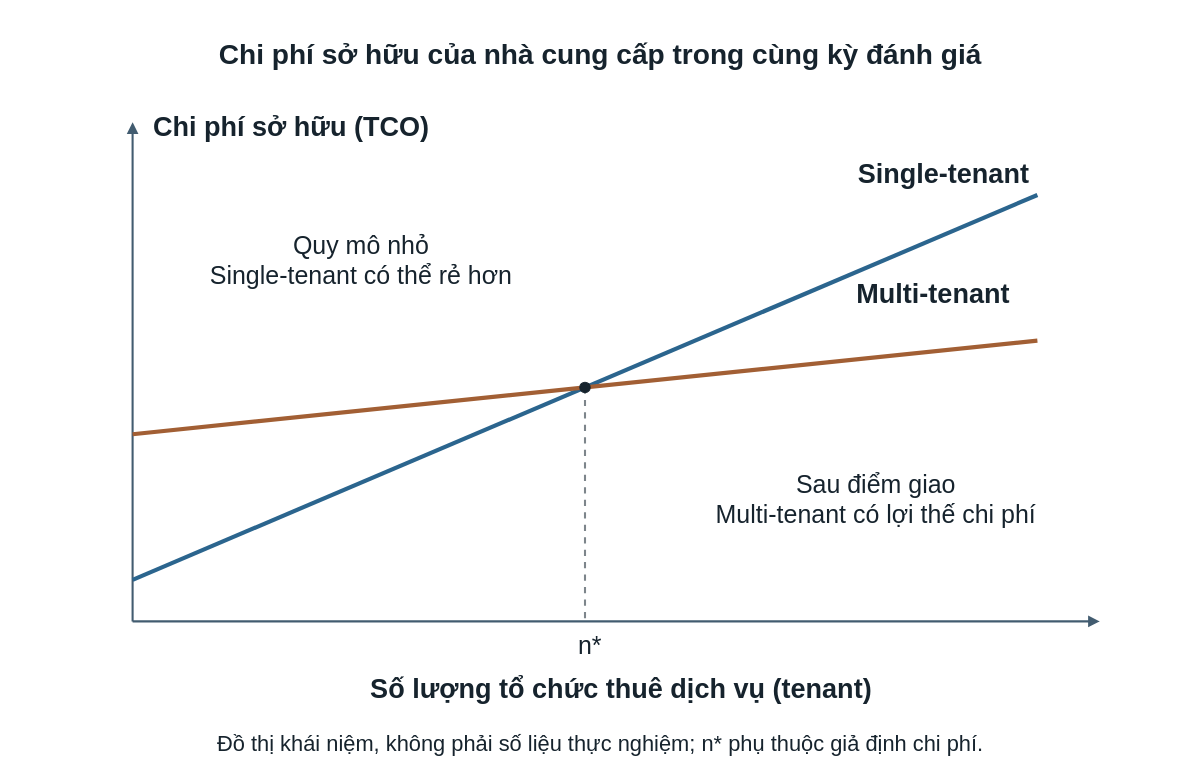
Hungcb123/NCKH-Hung keeps this draw.io diagram as output/report-theo-dany/figures/drawio/hinh_1_2_tco.drawio. Above is the earlier version. Source tidied: cells renumbered, new cells numbered last; positions are measured from the earlier drawing's top-left corner, leaving out a move shared by most shapes. Both pictures are drawn from the tidied source at 104%, with x=0, y=0 at pixel (18, 18).
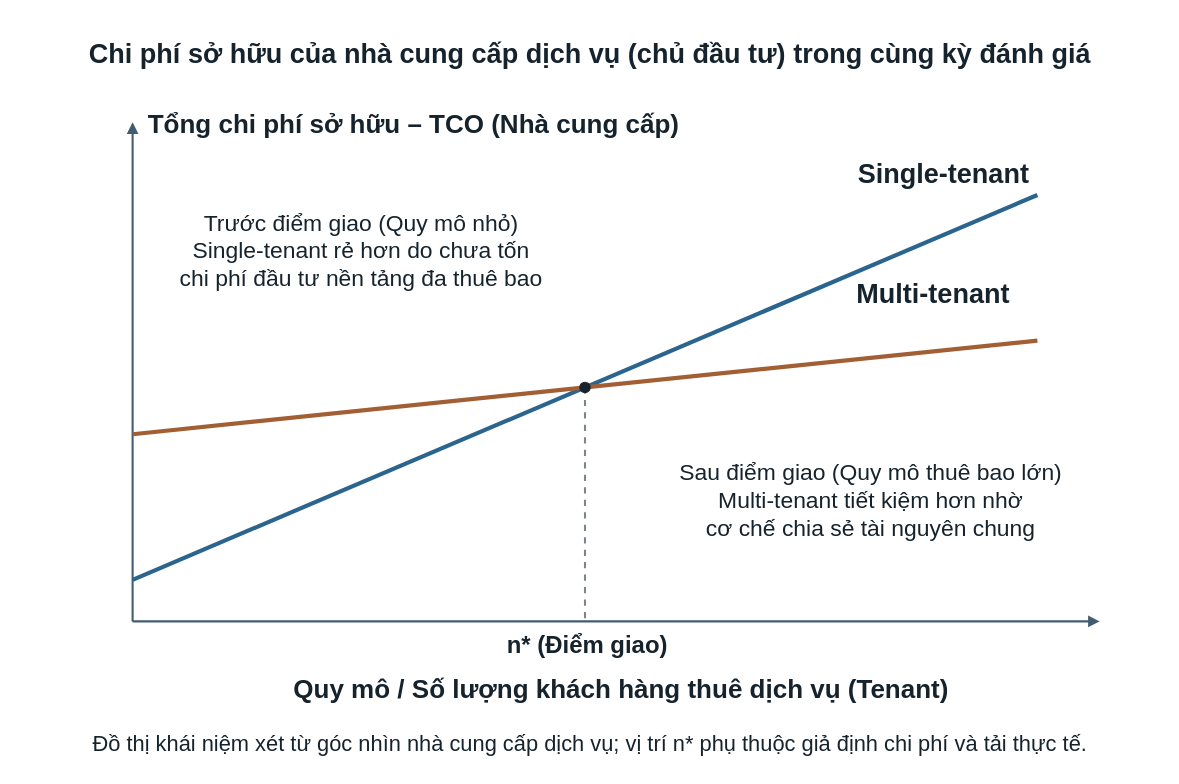
After the change.

Change to the diagram source:
```diff
@@
-    <mxCell id="3" value="Chi phí sở hữu của nhà cung cấp trong cùng kỳ đánh giá" style="html=1;whiteSpace=wrap;fontFamily=Arial;fontColor=#16232D;fontSize=24;spacing=10;align=center;verticalAlign=middle;text;strokeColor=none;fillColor=none;fontSize=27;fontStyle=1;align=center;spacing=0;" parent="1" vertex="1">
-      <mxGeometry x="60" y="15" width="1000" height="50" as="geometry" />
+    <mxCell id="3" value="Chi phí sở hữu của nhà cung cấp dịch vụ (chủ đầu tư) trong cùng kỳ đánh giá" style="html=1;whiteSpace=wrap;fontFamily=Arial;fontColor=#16232D;fontSize=24;spacing=10;align=center;verticalAlign=middle;text;strokeColor=none;fillColor=none;fontSize=26;fontStyle=1;align=center;spacing=0;" parent="1" vertex="1">
+      <mxGeometry x="40" y="15" width="1020" height="50" as="geometry" />
     </mxCell>
@@
-    <mxCell id="6" value="Chi phí sở hữu (TCO)" style="html=1;whiteSpace=wrap;fontFamily=Arial;fontColor=#16232D;fontSize=24;spacing=10;align=center;verticalAlign=middle;text;strokeColor=none;fillColor=none;fontSize=26;fontStyle=1;align=left;spacing=0;" parent="1" vertex="1">
-      <mxGeometry x="130" y="85" width="470" height="50" as="geometry" />
+    <mxCell id="6" value="Tổng chi phí sở hữu – TCO (Nhà cung cấp)" style="html=1;whiteSpace=wrap;fontFamily=Arial;fontColor=#16232D;fontSize=24;spacing=10;align=center;verticalAlign=middle;text;strokeColor=none;fillColor=none;fontSize=25;fontStyle=1;align=left;spacing=0;" parent="1" vertex="1">
+      <mxGeometry x="125" y="82" width="560" height="50" as="geometry" />
     </mxCell>
@@
-    <mxCell id="11" value="n*" style="html=1;whiteSpace=wrap;fontFamily=Arial;fontColor=#16232D;fontSize=24;spacing=10;align=center;verticalAlign=middle;text;strokeColor=none;fillColor=none;fontSize=24;fontStyle=0;align=center;spacing=0;" parent="1" vertex="1">
-      <mxGeometry x="520" y="585" width="60" height="35" as="geometry" />
+    <mxCell id="11" value="n* (Điểm giao)" style="html=1;whiteSpace=wrap;fontFamily=Arial;fontColor=#16232D;fontSize=24;spacing=10;align=center;verticalAlign=middle;text;strokeColor=none;fillColor=none;fontSize=23;fontStyle=1;align=center;spacing=0;" parent="1" vertex="1">
+      <mxGeometry x="460" y="585" width="175" height="35" as="geometry" />
     </mxCell>
@@
-    <mxCell id="14" value="Quy mô nhỏ&#10;Single-tenant có thể rẻ hơn" style="html=1;whiteSpace=wrap;fontFamily=Arial;fontColor=#16232D;fontSize=24;spacing=10;align=center;verticalAlign=middle;text;strokeColor=none;fillColor=none;fontSize=24;fontStyle=0;align=center;spacing=0;" parent="1" vertex="1">
-      <mxGeometry x="155" y="200" width="350" height="85" as="geometry" />
+    <mxCell id="14" value="Trước điểm giao (Quy mô nhỏ)&#10;Single-tenant rẻ hơn do chưa tốn&#10;chi phí đầu tư nền tảng đa thuê bao" style="html=1;whiteSpace=wrap;fontFamily=Arial;fontColor=#16232D;fontSize=24;spacing=10;align=center;verticalAlign=middle;text;strokeColor=none;fillColor=none;fontSize=22;fontStyle=0;align=center;spacing=0;" parent="1" vertex="1">
+      <mxGeometry x="135" y="180" width="390" height="105" as="geometry" />
     </mxCell>
-    <mxCell id="15" value="Sau điểm giao&#10;Multi-tenant có lợi thế chi phí" style="html=1;whiteSpace=wrap;fontFamily=Arial;fontColor=#16232D;fontSize=24;spacing=10;align=center;verticalAlign=middle;text;strokeColor=none;fillColor=none;fontSize=24;fontStyle=0;align=center;spacing=0;" parent="1" vertex="1">
-      <mxGeometry x="650" y="430" width="350" height="80" as="geometry" />
+    <mxCell id="15" value="Sau điểm giao (Quy mô thuê bao lớn)&#10;Multi-tenant tiết kiệm hơn nhờ&#10;cơ chế chia sẻ tài nguyên chung" style="html=1;whiteSpace=wrap;fontFamily=Arial;fontColor=#16232D;fontSize=24;spacing=10;align=center;verticalAlign=middle;text;strokeColor=none;fillColor=none;fontSize=22;fontStyle=0;align=center;spacing=0;" parent="1" vertex="1">
+      <mxGeometry x="620" y="420" width="400" height="105" as="geometry" />
     </mxCell>
-    <mxCell id="16" value="Số lượng tổ chức thuê dịch vụ (tenant)" style="html=1;whiteSpace=wrap;fontFamily=Arial;fontColor=#16232D;fontSize=24;spacing=10;align=center;verticalAlign=middle;text;strokeColor=none;fillColor=none;fontSize=26;fontStyle=1;align=center;spacing=0;" parent="1" vertex="1">
+    <mxCell id="16" value="Quy mô / Số lượng khách hàng thuê dịch vụ (Tenant)" style="html=1;whiteSpace=wrap;fontFamily=Arial;fontColor=#16232D;fontSize=24;spacing=10;align=center;verticalAlign=middle;text;strokeColor=none;fillColor=none;fontSize=25;fontStyle=1;align=center;spacing=0;" parent="1" vertex="1">
       <mxGeometry x="130" y="625" width="900" height="45" as="geometry" />
     </mxCell>
-    <mxCell id="17" value="Đồ thị khái niệm, không phải số liệu thực nghiệm; n* phụ thuộc giả định chi phí." style="html=1;whiteSpace=wrap;fontFamily=Arial;fontColor=#16232D;fontSize=24;spacing=10;align=center;verticalAlign=middle;text;strokeColor=none;fillColor=none;fontSize=21;fontStyle=0;align=center;spacing=0;" parent="1" vertex="1">
-      <mxGeometry x="60" y="680" width="1000" height="35" as="geometry" />
+    <mxCell id="17" value="Đồ thị khái niệm xét từ góc nhìn nhà cung cấp dịch vụ; vị trí n* phụ thuộc giả định chi phí và tải thực tế." style="html=1;whiteSpace=wrap;fontFamily=Arial;fontColor=#16232D;fontSize=24;spacing=10;align=center;verticalAlign=middle;text;strokeColor=none;fillColor=none;fontSize=21;fontStyle=0;align=center;spacing=0;" parent="1" vertex="1">
+      <mxGeometry x="40" y="680" width="1020" height="35" as="geometry" />
     </mxCell>
```
